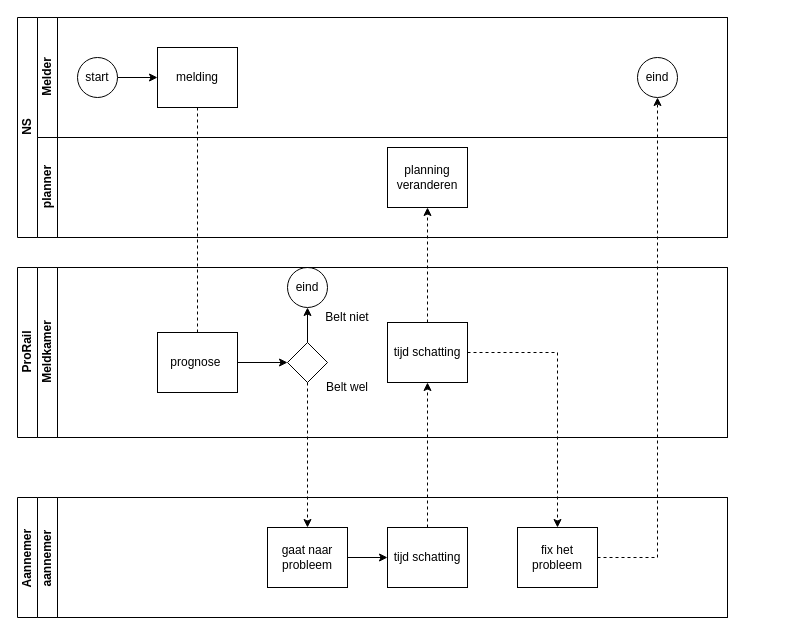
This is BPMN.drawio from MightyPiggie/data-driven-bussines-ai-2024, a draw.io file, before an edit. Source tidied: cells renumbered, new cells numbered last; positions are measured from the earlier drawing's top-left corner, leaving out a move shared by most shapes. Both pictures are drawn from the tidied source at 100%, with x=0, y=0 at pixel (17, 17).
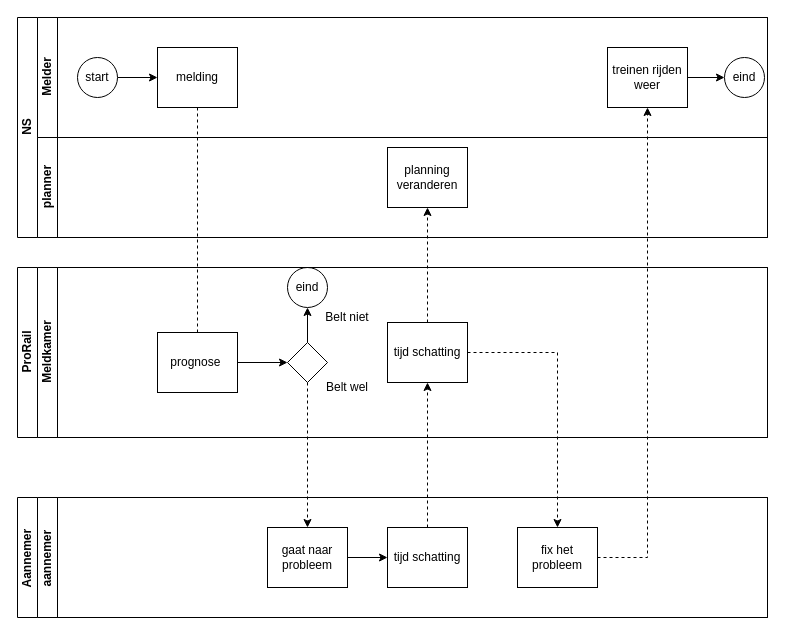
Above is the later version.

The change refers to these unchanged cells:
```xml
<mxCell id="23" value="fix het probleem" style="rounded=0;whiteSpace=wrap;html=1;fontFamily=Helvetica;fontSize=12;fontColor=#000000;align=center;" parent="21" vertex="1">
  <mxGeometry x="480" y="30" width="80" height="60" as="geometry" />
</mxCell>
```

Diff of the diagram source:
```diff
@@
     <mxCell id="2" value="NS" style="swimlane;html=1;horizontal=0;startSize=20;" parent="1" vertex="1">
-      <mxGeometry width="710" height="220" as="geometry" />
+      <mxGeometry width="750" height="220" as="geometry" />
     </mxCell>
@@
     <mxCell id="4" value="Melder" style="swimlane;html=1;startSize=20;horizontal=0;" parent="2" vertex="1">
-      <mxGeometry x="20" width="690" height="120" as="geometry" />
+      <mxGeometry x="20" width="730" height="120" as="geometry" />
     </mxCell>
@@
     <mxCell id="8" value="eind" style="ellipse;whiteSpace=wrap;html=1;" parent="4" vertex="1">
-      <mxGeometry x="600" y="40" width="40" height="40" as="geometry" />
+      <mxGeometry x="687" y="40" width="40" height="40" as="geometry" />
     </mxCell>
+    <mxCell id="32" style="edgeStyle=orthogonalEdgeStyle;rounded=0;jettySize=auto;html=1;" parent="4" edge="1" source="33" target="8">
+      <mxGeometry relative="1" as="geometry" />
+    </mxCell>
+    <mxCell id="33" value="treinen rijden weer" style="rounded=0;whiteSpace=wrap;html=1;fontFamily=Helvetica;fontSize=12;fontColor=#000000;align=center;" parent="4" vertex="1">
+      <mxGeometry x="570" y="30" width="80" height="60" as="geometry" />
+    </mxCell>
     <mxCell id="9" value="planner" style="swimlane;html=1;startSize=20;horizontal=0;" parent="2" vertex="1">
-      <mxGeometry x="20" y="120" width="690" height="100" as="geometry" />
+      <mxGeometry x="20" y="120" width="730" height="100" as="geometry" />
     </mxCell>
@@
     <mxCell id="12" value="ProRail" style="swimlane;horizontal=0;startSize=20;html=1;" parent="1" vertex="1">
-      <mxGeometry y="250" width="710" height="170" as="geometry" />
+      <mxGeometry y="250" width="750" height="170" as="geometry" />
     </mxCell>
     <mxCell id="13" value="Meldkamer" style="swimlane;startSize=20;horizontal=0;html=1;" parent="12" vertex="1">
-      <mxGeometry x="20" width="690" height="170" as="geometry" />
+      <mxGeometry x="20" width="730" height="170" as="geometry" />
     </mxCell>
@@
     <mxCell id="20" value="Aannemer&amp;nbsp;" style="swimlane;horizontal=0;startSize=20;html=1;" parent="1" vertex="1">
-      <mxGeometry y="480" width="710" height="120" as="geometry" />
+      <mxGeometry y="480" width="750" height="120" as="geometry" />
     </mxCell>
     <mxCell id="21" value="aannemer&amp;nbsp;" style="swimlane;startSize=20;horizontal=0;html=1;" parent="20" vertex="1">
-      <mxGeometry x="20" width="690" height="120" as="geometry" />
+      <mxGeometry x="20" width="730" height="120" as="geometry" />
     </mxCell>
@@
-    <mxCell id="31" style="edgeStyle=orthogonalEdgeStyle;rounded=0;jettySize=auto;html=1;entryX=0.5;entryY=1;entryDx=0;entryDy=0;dashed=1;" parent="1" edge="1" source="23" target="8">
+    <mxCell id="31" style="edgeStyle=orthogonalEdgeStyle;rounded=0;jettySize=auto;html=1;entryX=0.5;entryY=1;entryDx=0;entryDy=0;dashed=1;" parent="1" edge="1" source="23" target="33">
       <mxGeometry relative="1" as="geometry" />
     </mxCell>
```
